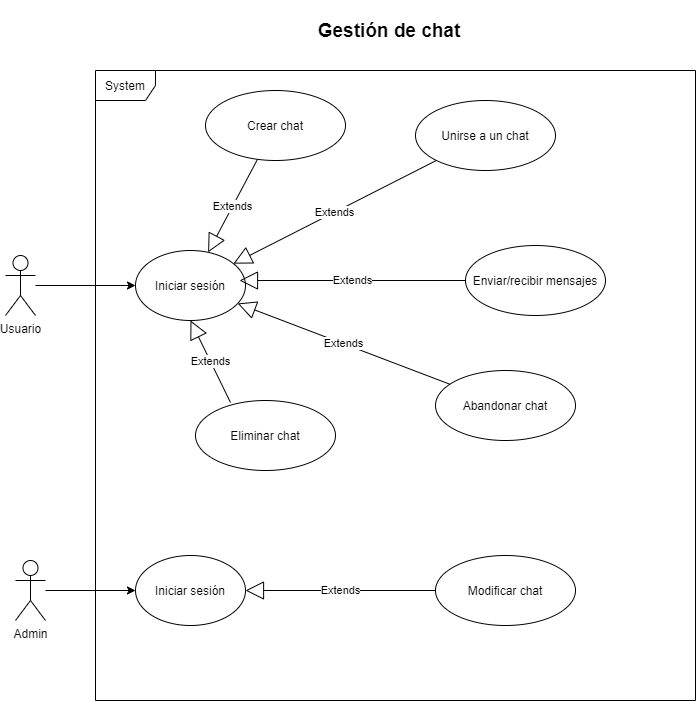
This is resources/DCU-gestiondechats.png from iesvi/proyecto-equipo-3, a draw.io export, as it was before one commit. Source tidied: cells renumbered, new cells last; positions are measured from the earlier drawing's top-left corner, leaving out a move shared by most shapes. Its diagram source:
```xml
<mxGraphModel>
  <root>
    <mxCell id="0" />
    <mxCell id="1" parent="0" />
    <mxCell id="2" style="rounded=0;jettySize=auto;html=1;" parent="1" edge="1" source="3" target="12">
      <mxGeometry relative="1" as="geometry" />
    </mxCell>
    <mxCell id="3" value="Admin" style="shape=umlActor;verticalLabelPosition=bottom;verticalAlign=top;html=1;" parent="1" vertex="1">
      <mxGeometry x="10" y="560" width="30" height="60" as="geometry" />
    </mxCell>
    <mxCell id="4" value="System" style="shape=umlFrame;whiteSpace=wrap;html=1;width=60;height=30;" parent="1" vertex="1">
      <mxGeometry x="90" y="70" width="600" height="630" as="geometry" />
    </mxCell>
    <mxCell id="5" value="Iniciar sesión" style="ellipse;whiteSpace=wrap;html=1;" parent="1" vertex="1">
      <mxGeometry x="130" y="250" width="110" height="70" as="geometry" />
    </mxCell>
    <mxCell id="6" value="Unirse a un chat" style="ellipse;whiteSpace=wrap;html=1;" parent="1" vertex="1">
      <mxGeometry x="410" y="100" width="140" height="70" as="geometry" />
    </mxCell>
    <mxCell id="7" value="Enviar/recibir mensajes" style="ellipse;whiteSpace=wrap;html=1;" parent="1" vertex="1">
      <mxGeometry x="460" y="245" width="140" height="70" as="geometry" />
    </mxCell>
    <mxCell id="8" style="edgeStyle=none;rounded=0;jettySize=auto;html=1;" parent="1" edge="1" source="9" target="5">
      <mxGeometry relative="1" as="geometry" />
    </mxCell>
    <mxCell id="9" value="Usuario" style="shape=umlActor;verticalLabelPosition=bottom;verticalAlign=top;html=1;outlineConnect=0;" parent="1" vertex="1">
      <mxGeometry y="255" width="30" height="60" as="geometry" />
    </mxCell>
    <mxCell id="10" value="Extends" style="endArrow=block;endSize=16;endFill=0;html=1;" parent="1" edge="1" source="6" target="5">
      <mxGeometry relative="1" as="geometry" />
    </mxCell>
    <mxCell id="11" value="Extends" style="endArrow=block;endSize=16;endFill=0;html=1;exitX=0;exitY=0.5;exitDx=0;exitDy=0;" parent="1" edge="1" source="7">
      <mxGeometry relative="1" as="geometry">
        <mxPoint x="234" y="280" as="targetPoint" />
      </mxGeometry>
    </mxCell>
    <mxCell id="12" value="Iniciar sesión" style="ellipse;whiteSpace=wrap;html=1;" parent="1" vertex="1">
      <mxGeometry x="130" y="555" width="110" height="70" as="geometry" />
    </mxCell>
    <mxCell id="13" value="Eliminar chat" style="ellipse;whiteSpace=wrap;html=1;" parent="1" vertex="1">
      <mxGeometry x="190" y="400" width="140" height="70" as="geometry" />
    </mxCell>
    <mxCell id="14" value="Modificar chat" style="ellipse;whiteSpace=wrap;html=1;" parent="1" vertex="1">
      <mxGeometry x="430" y="555" width="140" height="70" as="geometry" />
    </mxCell>
    <mxCell id="15" value="Crear chat" style="ellipse;whiteSpace=wrap;html=1;" parent="1" vertex="1">
      <mxGeometry x="200" y="90" width="140" height="70" as="geometry" />
    </mxCell>
    <mxCell id="16" value="Extends" style="endArrow=block;endSize=16;endFill=0;html=1;" parent="1" edge="1" source="15" target="5">
      <mxGeometry relative="1" as="geometry" />
    </mxCell>
    <mxCell id="17" value="Abandonar chat" style="ellipse;whiteSpace=wrap;html=1;" parent="1" vertex="1">
      <mxGeometry x="430" y="370" width="140" height="70" as="geometry" />
    </mxCell>
    <mxCell id="18" value="Extends" style="endArrow=block;endSize=16;endFill=0;html=1;" parent="1" edge="1" source="17" target="5">
      <mxGeometry relative="1" as="geometry" />
    </mxCell>
    <mxCell id="19" value="Extends" style="endArrow=block;endSize=16;endFill=0;html=1;exitX=0.25;exitY=0.029;exitDx=0;exitDy=0;entryX=0.5;entryY=1;entryDx=0;entryDy=0;exitPerimeter=0;" parent="1" edge="1" source="13" target="5">
      <mxGeometry relative="1" as="geometry" />
    </mxCell>
    <mxCell id="20" value="Extends" style="endArrow=block;endSize=16;endFill=0;html=1;entryX=1;entryY=0.5;entryDx=0;entryDy=0;exitX=0;exitY=0.5;exitDx=0;exitDy=0;" parent="1" edge="1" source="14" target="12">
      <mxGeometry relative="1" as="geometry" />
    </mxCell>
    <mxCell id="21" value="Gestión de chat" style="text;html=1;strokeColor=none;fillColor=none;align=center;verticalAlign=middle;whiteSpace=wrap;rounded=0;fontStyle=1;fontSize=19;" parent="1" vertex="1">
      <mxGeometry x="229" width="310" height="60" as="geometry" />
    </mxCell>
  </root>
</mxGraphModel>
```
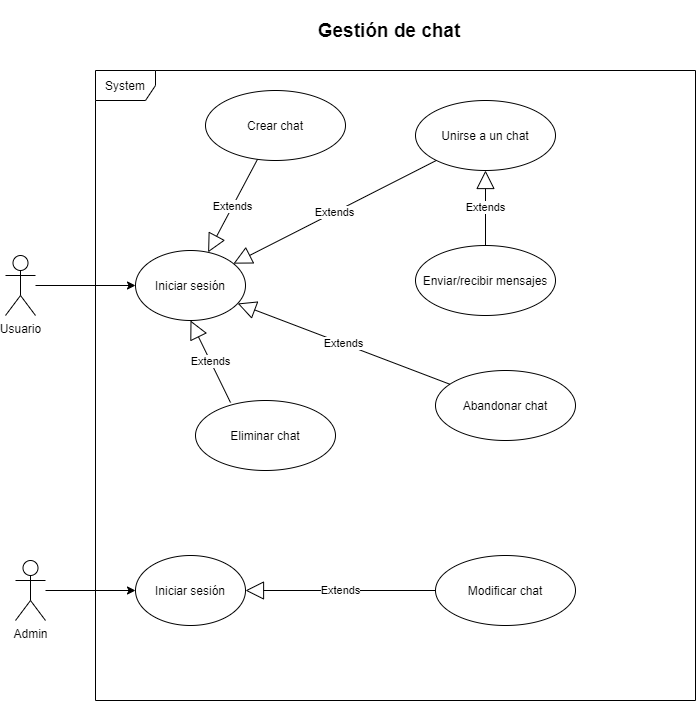
Above is the later version.

Commit message:
Descripcion de los casos de usos

Diff of the diagram source:
```diff
@@ -18,7 +18,7 @@
       <mxGeometry x="410" y="100" width="140" height="70" as="geometry" />
     </mxCell>
     <mxCell id="7" value="Enviar/recibir mensajes" style="ellipse;whiteSpace=wrap;html=1;" parent="1" vertex="1">
-      <mxGeometry x="460" y="245" width="140" height="70" as="geometry" />
+      <mxGeometry x="410" y="245" width="140" height="70" as="geometry" />
     </mxCell>
     <mxCell id="8" style="edgeStyle=none;rounded=0;jettySize=auto;html=1;" parent="1" edge="1" source="9" target="5">
       <mxGeometry relative="1" as="geometry" />
@@ -29,10 +29,8 @@
     <mxCell id="10" value="Extends" style="endArrow=block;endSize=16;endFill=0;html=1;" parent="1" edge="1" source="6" target="5">
       <mxGeometry relative="1" as="geometry" />
     </mxCell>
-    <mxCell id="11" value="Extends" style="endArrow=block;endSize=16;endFill=0;html=1;exitX=0;exitY=0.5;exitDx=0;exitDy=0;" parent="1" edge="1" source="7">
-      <mxGeometry relative="1" as="geometry">
-        <mxPoint x="234" y="280" as="targetPoint" />
-      </mxGeometry>
+    <mxCell id="11" value="Extends" style="endArrow=block;endSize=16;endFill=0;html=1;exitX=0.5;exitY=0;exitDx=0;exitDy=0;entryX=0.5;entryY=1;entryDx=0;entryDy=0;" parent="1" edge="1" source="7" target="6">
+      <mxGeometry relative="1" as="geometry" />
     </mxCell>
     <mxCell id="12" value="Iniciar sesión" style="ellipse;whiteSpace=wrap;html=1;" parent="1" vertex="1">
       <mxGeometry x="130" y="555" width="110" height="70" as="geometry" />
```
